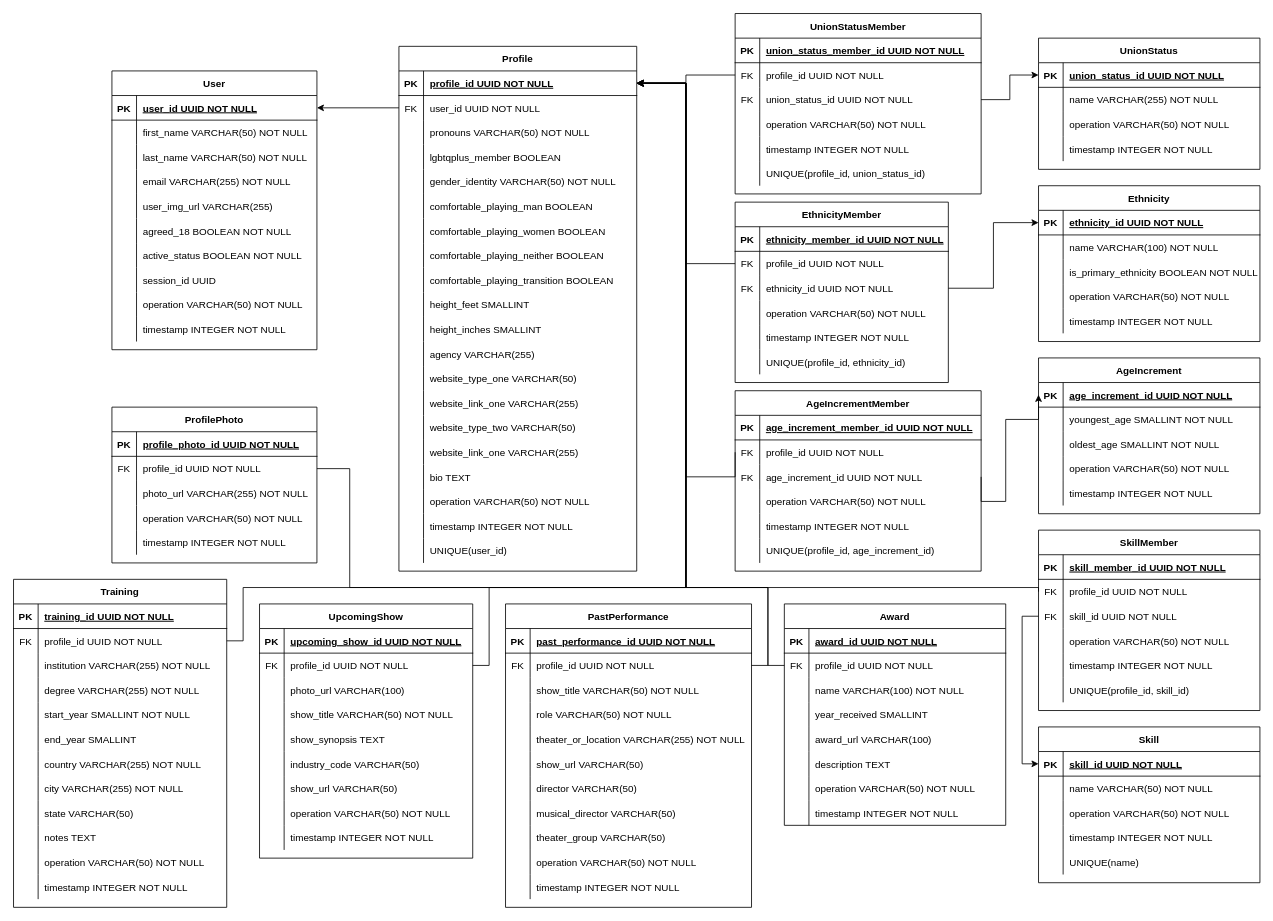
Earlier version of the draw.io diagram docs/db_designs/cag-backend-api-v1.drawio (Chicago-Artist-Guide/cag-backend-api). Source tidied: cells renumbered, new cells numbered last; positions are measured from the earlier drawing's top-left corner, leaving out a move shared by most shapes. Both pictures are drawn from the tidied source at 82%, with x=0, y=0 at pixel (13, 13).
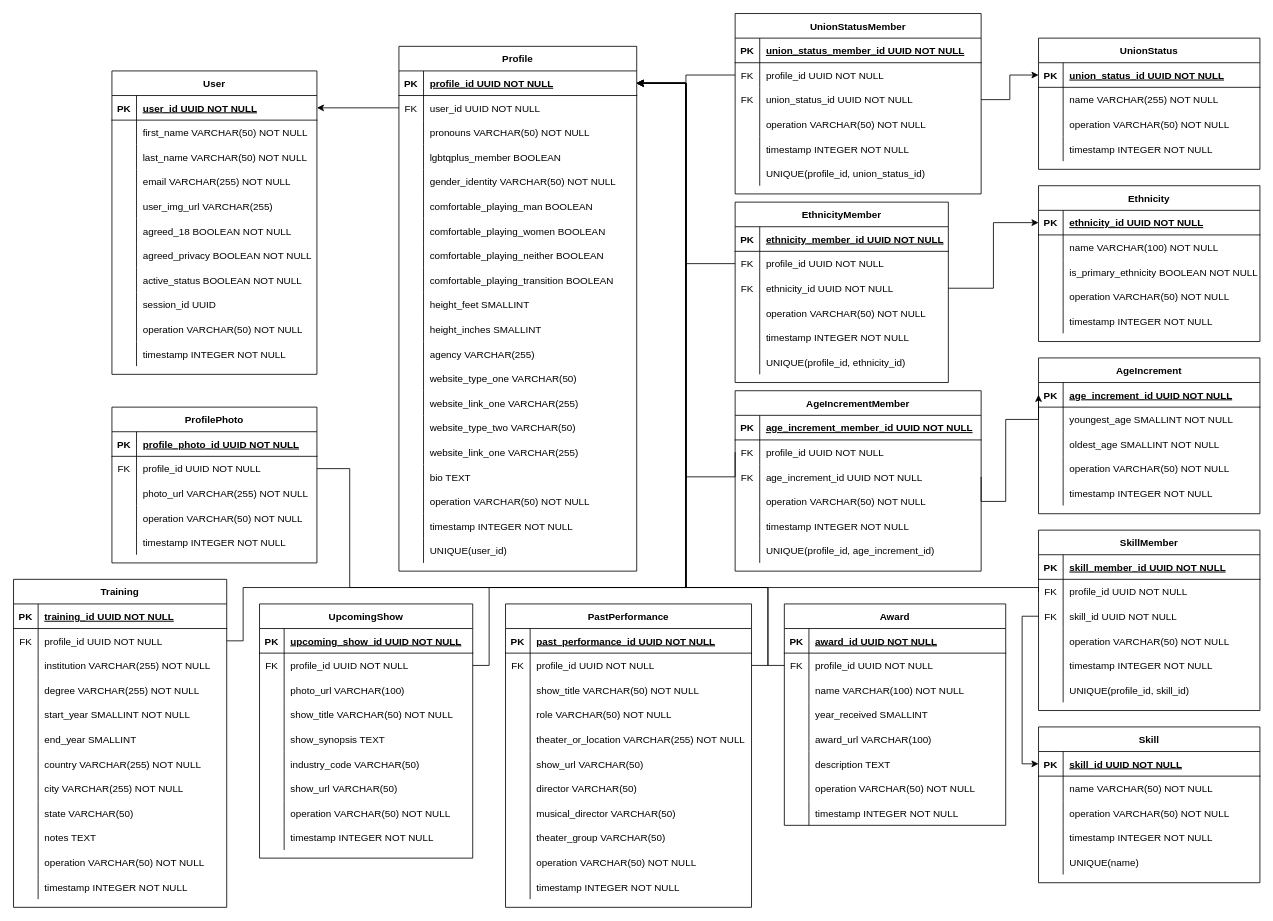
The same page after the edit.

What changed in the source:
```diff
@@
     <mxCell id="2" value="User" style="shape=table;startSize=30;childLayout=tableLayout;rowLines=0;fontStyle=1;align=center;" parent="1" vertex="1">
-      <mxGeometry x="120" y="70" width="250" height="340" as="geometry" />
+      <mxGeometry x="120" y="70" width="250" height="370" as="geometry" />
     </mxCell>
@@
+    <mxCell id="388" style="shape=partialRectangle;fillColor=none;top=0;left=0;right=0;bottom=0;" parent="2" vertex="1">
+      <mxGeometry y="210" width="250" height="30" as="geometry" />
+    </mxCell>
+    <mxCell id="389" style="shape=partialRectangle;overflow=hidden;fillColor=none;top=0;left=0;bottom=0;right=0;" parent="388" vertex="1">
+      <mxGeometry width="30" height="30" as="geometry" />
+    </mxCell>
+    <mxCell id="390" value="agreed_privacy BOOLEAN NOT NULL" style="shape=partialRectangle;overflow=hidden;fillColor=none;top=0;left=0;bottom=0;right=0;align=left;spacingLeft=6;" parent="388" vertex="1">
+      <mxGeometry x="30" width="220" height="30" as="geometry" />
+    </mxCell>
     <mxCell id="21" style="shape=partialRectangle;fillColor=none;top=0;left=0;right=0;bottom=0;" parent="2" vertex="1">
-      <mxGeometry y="210" width="250" height="30" as="geometry" />
+      <mxGeometry y="240" width="250" height="30" as="geometry" />
     </mxCell>
@@
     <mxCell id="24" style="shape=partialRectangle;fillColor=none;top=0;left=0;right=0;bottom=0;" parent="2" vertex="1">
-      <mxGeometry y="240" width="250" height="30" as="geometry" />
+      <mxGeometry y="270" width="250" height="30" as="geometry" />
     </mxCell>
@@
     <mxCell id="27" style="shape=partialRectangle;fillColor=none;top=0;left=0;right=0;bottom=0;" parent="2" vertex="1">
-      <mxGeometry y="270" width="250" height="30" as="geometry" />
+      <mxGeometry y="300" width="250" height="30" as="geometry" />
     </mxCell>
@@
     <mxCell id="30" style="shape=partialRectangle;fillColor=none;top=0;left=0;right=0;bottom=0;" parent="2" vertex="1">
-      <mxGeometry y="300" width="250" height="30" as="geometry" />
+      <mxGeometry y="330" width="250" height="30" as="geometry" />
     </mxCell>
```
